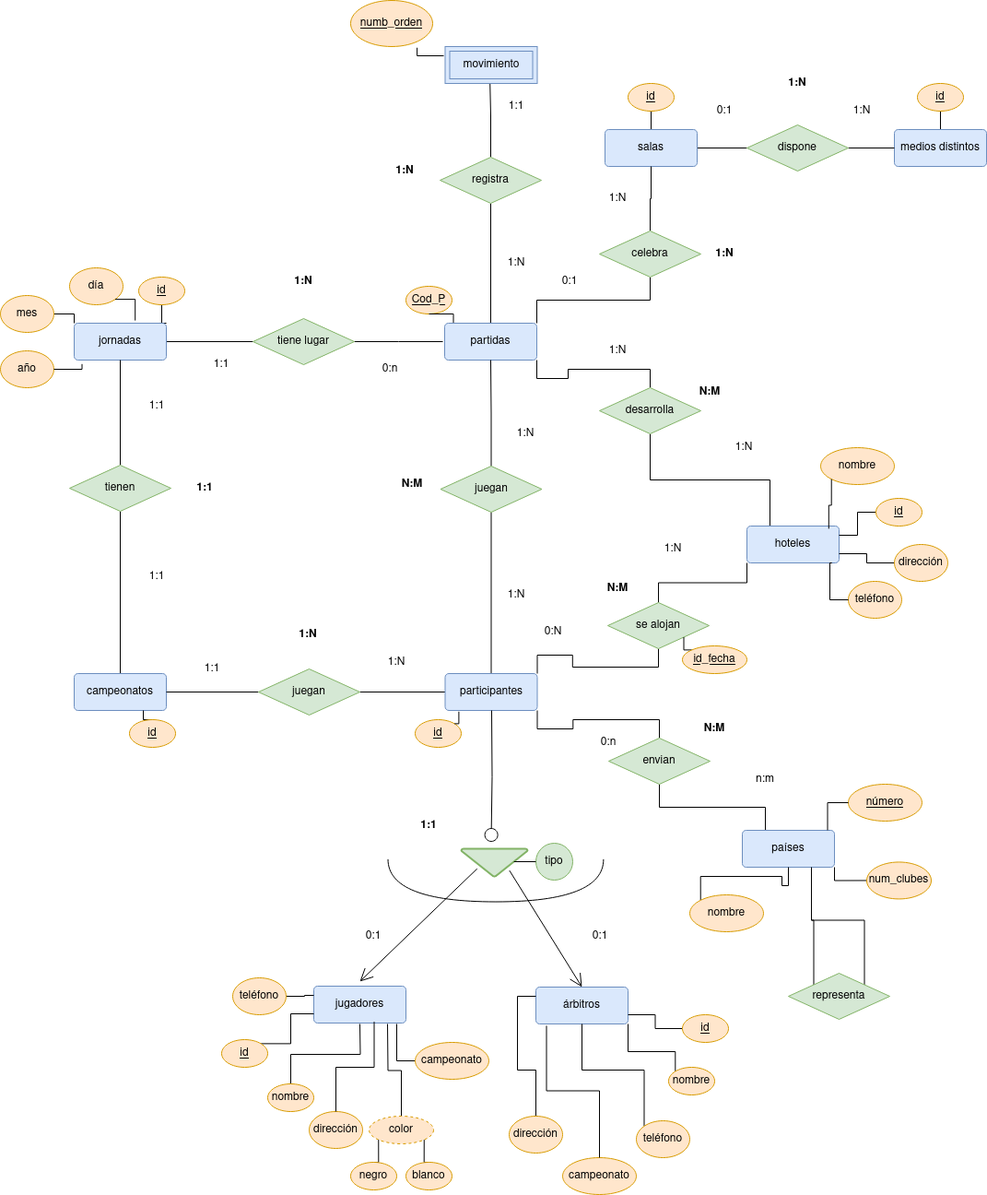
Earlier version of the draw.io export Unidad-1/Tareas./Tarea-9 (diagramas)/Club de ajedrez.drawio.png (mdiogc/base-datos). Source tidied: cells renumbered, new cells last; positions are measured from the earlier drawing's top-left corner, leaving out a move shared by most shapes.
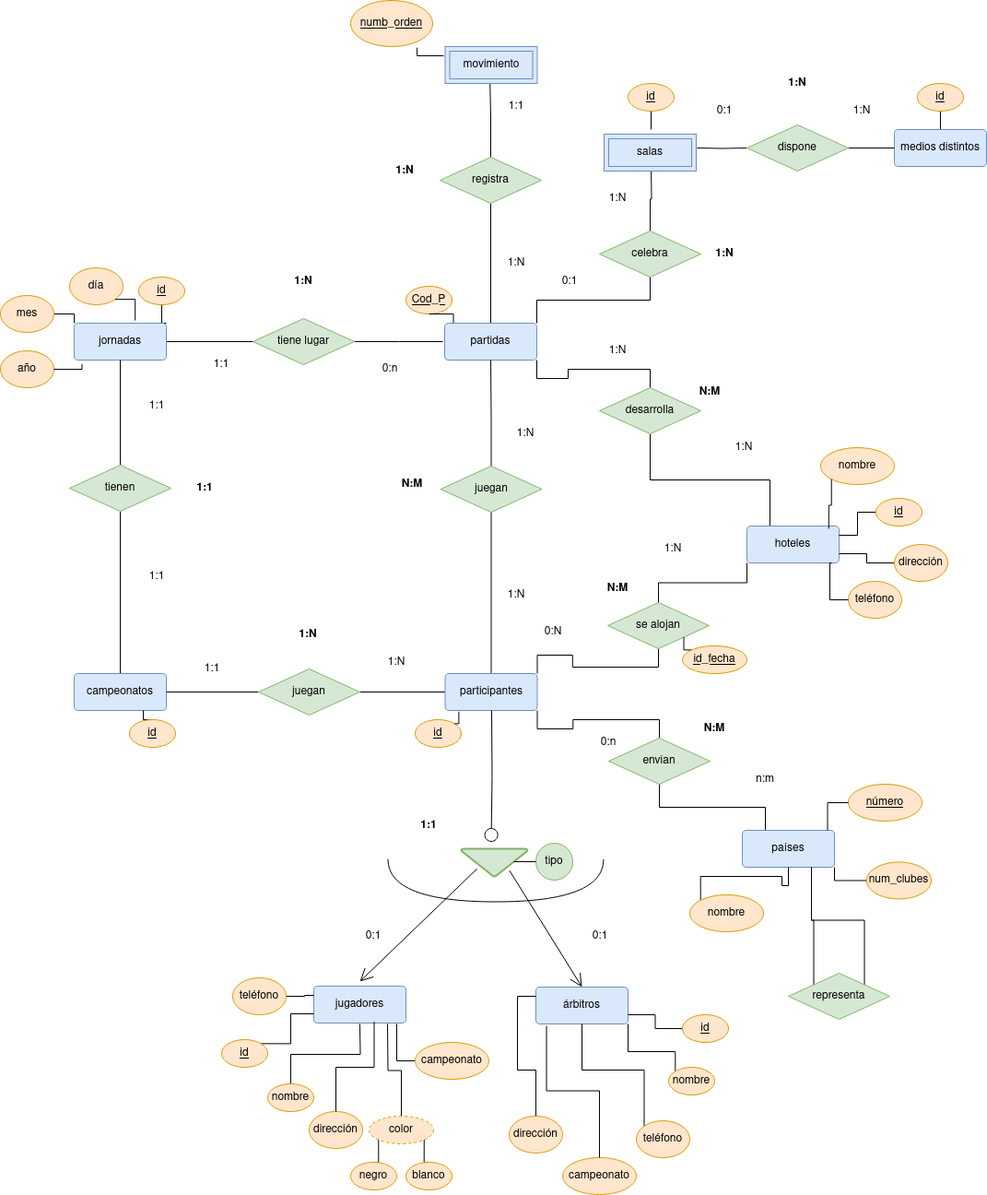
After the change.

Diff of the diagram source:
```diff
@@ -68,15 +68,16 @@
     <mxCell id="23" value="partidas" style="rounded=1;arcSize=10;whiteSpace=wrap;html=1;align=center;fillColor=#dae8fc;strokeColor=#6c8ebf;" parent="1" vertex="1">
       <mxGeometry x="482" y="350" width="100" height="40" as="geometry" />
     </mxCell>
-    <mxCell id="24" style="edgeStyle=orthogonalEdgeStyle;rounded=0;jettySize=auto;html=1;exitX=0.5;exitY=0;exitDx=0;exitDy=0;entryX=0.5;entryY=1;entryDx=0;entryDy=0;endArrow=none;endFill=0;" parent="1" edge="1" source="26" target="95">
-      <mxGeometry relative="1" as="geometry" />
+    <mxCell id="24" style="edgeStyle=orthogonalEdgeStyle;rounded=0;jettySize=auto;html=1;exitX=0.5;exitY=0;exitDx=0;exitDy=0;entryX=0.5;entryY=1;entryDx=0;entryDy=0;endArrow=none;endFill=0;" parent="1" edge="1" target="95">
+      <mxGeometry relative="1" as="geometry">
+        <mxPoint x="706" y="140" as="sourcePoint" />
+      </mxGeometry>
     </mxCell>
-    <mxCell id="25" style="edgeStyle=orthogonalEdgeStyle;rounded=0;jettySize=auto;html=1;exitX=1;exitY=0.5;exitDx=0;exitDy=0;entryX=0;entryY=0.5;entryDx=0;entryDy=0;endArrow=none;endFill=0;" parent="1" edge="1" source="26" target="100">
-      <mxGeometry relative="1" as="geometry" />
+    <mxCell id="25" style="edgeStyle=orthogonalEdgeStyle;rounded=0;jettySize=auto;html=1;exitX=1;exitY=0.5;exitDx=0;exitDy=0;entryX=0;entryY=0.5;entryDx=0;entryDy=0;endArrow=none;endFill=0;" parent="1" edge="1" target="100">
+      <mxGeometry relative="1" as="geometry">
+        <mxPoint x="756" y="160" as="sourcePoint" />
+      </mxGeometry>
     </mxCell>
-    <mxCell id="26" value="salas" style="rounded=1;arcSize=10;whiteSpace=wrap;html=1;align=center;fillColor=#dae8fc;strokeColor=#6c8ebf;" parent="1" vertex="1">
-      <mxGeometry x="656" y="140" width="100" height="40" as="geometry" />
-    </mxCell>
     <mxCell id="27" style="edgeStyle=orthogonalEdgeStyle;rounded=0;jettySize=auto;html=1;exitX=1;exitY=0;exitDx=0;exitDy=0;entryX=0.5;entryY=1;entryDx=0;entryDy=0;endArrow=none;endFill=0;" parent="1" edge="1" source="29" target="90">
       <mxGeometry relative="1" as="geometry" />
     </mxCell>
@@ -115,8 +116,10 @@
     <mxCell id="38" value="tiene lugar" style="shape=rhombus;perimeter=rhombusPerimeter;whiteSpace=wrap;html=1;align=center;fillColor=#d5e8d4;strokeColor=#82b366;" parent="1" vertex="1">
       <mxGeometry x="274" y="345" width="110" height="50" as="geometry" />
     </mxCell>
-    <mxCell id="39" style="edgeStyle=orthogonalEdgeStyle;rounded=0;jettySize=auto;html=1;exitX=0.5;exitY=0;exitDx=0;exitDy=0;entryX=0.5;entryY=1;entryDx=0;entryDy=0;endArrow=none;endFill=0;" parent="1" edge="1" source="40" target="26">
-      <mxGeometry relative="1" as="geometry" />
+    <mxCell id="39" style="edgeStyle=orthogonalEdgeStyle;rounded=0;jettySize=auto;html=1;exitX=0.5;exitY=0;exitDx=0;exitDy=0;entryX=0.5;entryY=1;entryDx=0;entryDy=0;endArrow=none;endFill=0;" parent="1" edge="1" source="40">
+      <mxGeometry relative="1" as="geometry">
+        <mxPoint x="706" y="180" as="targetPoint" />
+      </mxGeometry>
     </mxCell>
     <mxCell id="40" value="celebra" style="shape=rhombus;perimeter=rhombusPerimeter;whiteSpace=wrap;html=1;align=center;fillColor=#d5e8d4;strokeColor=#82b366;" parent="1" vertex="1">
       <mxGeometry x="650" y="250" width="110" height="50" as="geometry" />
@@ -467,5 +470,8 @@
     <mxCell id="147" value="movimiento" style="shape=ext;margin=3;double=1;whiteSpace=wrap;html=1;align=center;fillColor=#dae8fc;strokeColor=#6c8ebf;" parent="1" vertex="1">
       <mxGeometry x="482.5" y="50" width="100" height="40" as="geometry" />
     </mxCell>
+    <mxCell id="26" value="salas" style="shape=ext;margin=3;double=1;whiteSpace=wrap;html=1;align=center;fillColor=#dae8fc;strokeColor=#6c8ebf;" parent="1" vertex="1">
+      <mxGeometry x="655" y="145" width="100" height="40" as="geometry" />
+    </mxCell>
   </root>
 </mxGraphModel>
```
